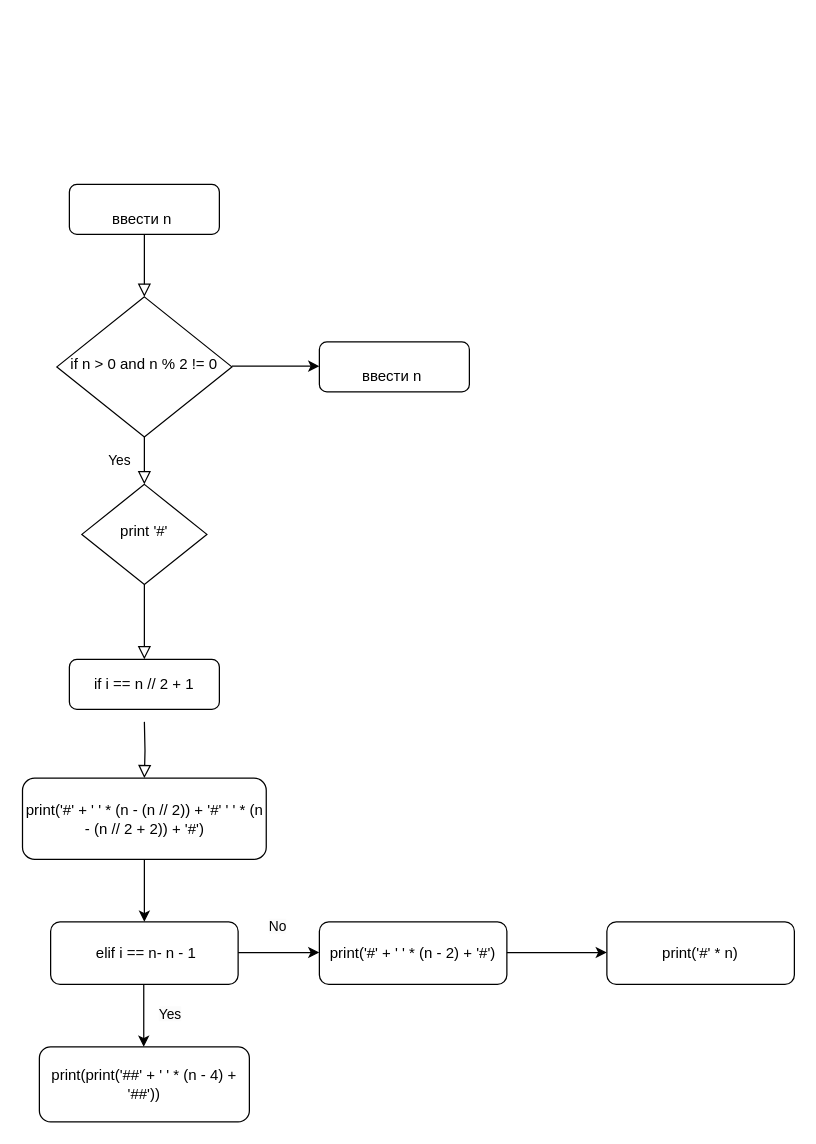
This is future code.drawio from 16savage/Kavtarev-Artem-Algoritm, a draw.io file, before an edit. Source tidied: cells renumbered, new cells numbered last; positions are measured from the earlier drawing's top-left corner, leaving out a move shared by most shapes. Both pictures are drawn from the tidied source at 125%, with x=0, y=0 at pixel (21, 184).
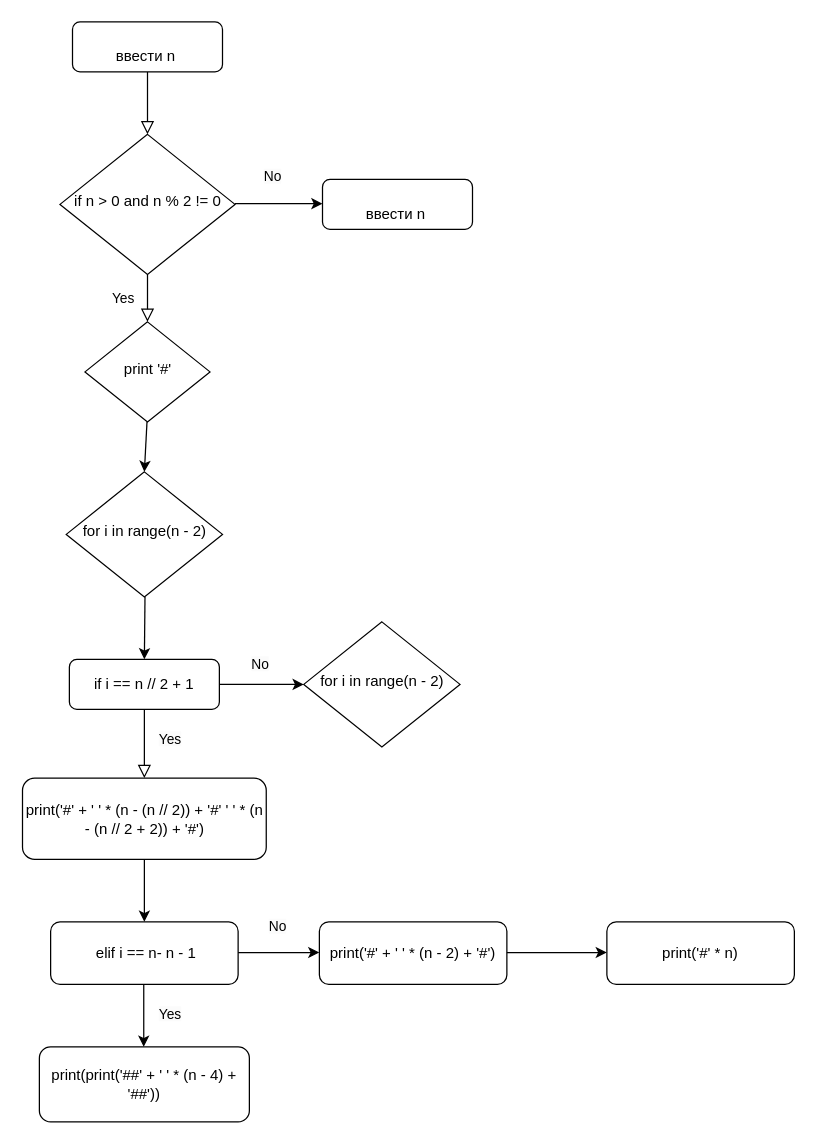
The same page after the edit.

The change refers to these unchanged cells:
```xml
<mxCell id="8" value="if i == n // 2 + 1" style="rounded=1;whiteSpace=wrap;html=1;fontSize=12;glass=0;strokeWidth=1;shadow=0;" parent="1" vertex="1">
  <mxGeometry x="38" y="380" width="120" height="40" as="geometry" />
</mxCell>
<mxCell id="10" value="print('#' + ' ' * (n - (n // 2)) + '#'&amp;nbsp;' ' * (n - (n // 2 + 2)) + '#')" style="rounded=1;whiteSpace=wrap;html=1;fontSize=12;glass=0;strokeWidth=1;shadow=0;" parent="1" vertex="1">
  <mxGeometry x="0.5" y="475" width="195" height="65" as="geometry" />
</mxCell>
```

Change to the diagram source:
```diff
@@
     <mxCell id="3" value="&lt;div&gt;&lt;br&gt;&lt;/div&gt;&lt;div&gt;ввести n&amp;nbsp;&lt;/div&gt;" style="rounded=1;whiteSpace=wrap;html=1;fontSize=12;glass=0;strokeWidth=1;shadow=0;" parent="1" vertex="1">
-      <mxGeometry x="38" width="120" height="40" as="geometry" />
+      <mxGeometry x="40.5" y="-130" width="120" height="40" as="geometry" />
     </mxCell>
@@
     <mxCell id="5" value="if n &amp;gt; 0 and n % 2 != 0" style="rhombus;whiteSpace=wrap;html=1;shadow=0;fontFamily=Helvetica;fontSize=12;align=center;strokeWidth=1;spacing=6;spacingTop=-4;" parent="1" vertex="1">
-      <mxGeometry x="28" y="90" width="140" height="112" as="geometry" />
+      <mxGeometry x="30.5" y="-40" width="140" height="112" as="geometry" />
     </mxCell>
-    <mxCell id="6" style="rounded=0;html=1;jettySize=auto;fontSize=11;endArrow=block;endFill=0;endSize=8;strokeWidth=1;shadow=0;labelBackgroundColor=none;edgeStyle=orthogonalEdgeStyle;" parent="1" edge="1" source="7" target="8">
-      <mxGeometry x="-0.14" y="90" relative="1" as="geometry" />
-    </mxCell>
     <mxCell id="7" value="print '#'" style="rhombus;whiteSpace=wrap;html=1;shadow=0;fontFamily=Helvetica;fontSize=12;align=center;strokeWidth=1;spacing=6;spacingTop=-4;" parent="1" vertex="1">
-      <mxGeometry x="48" y="240" width="100" height="80" as="geometry" />
+      <mxGeometry x="50.5" y="110" width="100" height="80" as="geometry" />
     </mxCell>
@@
-    <mxCell id="9" style="rounded=0;html=1;jettySize=auto;fontSize=11;endArrow=block;endFill=0;endSize=8;strokeWidth=1;shadow=0;labelBackgroundColor=none;edgeStyle=orthogonalEdgeStyle;" parent="1" edge="1" target="10">
-      <mxGeometry x="-0.14" y="90" relative="1" as="geometry">
-        <mxPoint x="98" y="430" as="sourcePoint" />
-      </mxGeometry>
+    <mxCell id="9" style="rounded=0;html=1;jettySize=auto;fontSize=11;endArrow=block;endFill=0;endSize=8;strokeWidth=1;shadow=0;labelBackgroundColor=none;edgeStyle=orthogonalEdgeStyle;exitX=0.5;exitY=1;exitDx=0;exitDy=0;" parent="1" edge="1" source="8" target="10">
+      <mxGeometry x="-0.14" y="90" relative="1" as="geometry" />
     </mxCell>
@@
     <mxCell id="11" style="endArrow=classic;html=1;rounded=0;" parent="1" edge="1">
       <mxGeometry relative="1" as="geometry">
-        <mxPoint x="168" y="145.4" as="sourcePoint" />
-        <mxPoint x="238" y="145.4" as="targetPoint" />
+        <mxPoint x="170.5" y="15.4" as="sourcePoint" />
+        <mxPoint x="240.5" y="15.4" as="targetPoint" />
       </mxGeometry>
     </mxCell>
     <mxCell id="12" value="&lt;div&gt;&lt;br&gt;&lt;/div&gt;&lt;div&gt;ввести n&amp;nbsp;&lt;/div&gt;" style="rounded=1;whiteSpace=wrap;html=1;fontSize=12;glass=0;strokeWidth=1;shadow=0;" parent="1" vertex="1">
-      <mxGeometry x="238" y="126" width="120" height="40" as="geometry" />
+      <mxGeometry x="240.5" y="-4" width="120" height="40" as="geometry" />
     </mxCell>
@@
     <mxCell id="17" value="&lt;span style=&quot;color: rgb(0, 0, 0); font-family: Helvetica; font-size: 11px; font-style: normal; font-variant-ligatures: normal; font-variant-caps: normal; font-weight: 400; letter-spacing: normal; orphans: 2; text-align: center; text-indent: 0px; text-transform: none; widows: 2; word-spacing: 0px; -webkit-text-stroke-width: 0px; white-space: nowrap; background-color: rgb(251, 251, 251); text-decoration-thickness: initial; text-decoration-style: initial; text-decoration-color: initial; display: inline !important; float: none;&quot;&gt;Yes&lt;/span&gt;" style="text;whiteSpace=wrap;html=1;" parent="1" vertex="1">
-      <mxGeometry x="108" y="650" width="10" height="40" as="geometry" />
+      <mxGeometry x="108" y="650" width="10" height="20" as="geometry" />
     </mxCell>
@@
     <mxCell id="20" value="&lt;span style=&quot;color: rgb(0, 0, 0); font-family: Helvetica; font-size: 11px; font-style: normal; font-variant-ligatures: normal; font-variant-caps: normal; font-weight: 400; letter-spacing: normal; orphans: 2; text-align: center; text-indent: 0px; text-transform: none; widows: 2; word-spacing: 0px; -webkit-text-stroke-width: 0px; white-space: nowrap; background-color: rgb(251, 251, 251); text-decoration-thickness: initial; text-decoration-style: initial; text-decoration-color: initial; display: inline !important; float: none;&quot;&gt;No&lt;/span&gt;" style="text;whiteSpace=wrap;html=1;" parent="1" vertex="1">
-      <mxGeometry x="195.5" y="580" width="10" height="40" as="geometry" />
+      <mxGeometry x="195.5" y="580" width="10" height="30" as="geometry" />
     </mxCell>
@@
+    <mxCell id="23" value="&lt;span style=&quot;color: rgb(0, 0, 0); font-family: Helvetica; font-size: 11px; font-style: normal; font-variant-ligatures: normal; font-variant-caps: normal; font-weight: 400; letter-spacing: normal; orphans: 2; text-align: center; text-indent: 0px; text-transform: none; widows: 2; word-spacing: 0px; -webkit-text-stroke-width: 0px; white-space: nowrap; background-color: rgb(251, 251, 251); text-decoration-thickness: initial; text-decoration-style: initial; text-decoration-color: initial; display: inline !important; float: none;&quot;&gt;Yes&lt;/span&gt;" style="text;whiteSpace=wrap;html=1;" parent="1" vertex="1">
+      <mxGeometry x="108" y="430" width="20" height="20" as="geometry" />
+    </mxCell>
+    <mxCell id="24" style="endArrow=classic;html=1;rounded=0;entryX=0.5;entryY=0;entryDx=0;entryDy=0;" parent="1" edge="1" target="25">
+      <mxGeometry relative="1" as="geometry">
+        <mxPoint x="100.1" y="190" as="sourcePoint" />
+      </mxGeometry>
+    </mxCell>
+    <mxCell id="25" value="for i in range(n - 2)" style="rhombus;whiteSpace=wrap;html=1;shadow=0;fontFamily=Helvetica;fontSize=12;align=center;strokeWidth=1;spacing=6;spacingTop=-4;" parent="1" vertex="1">
+      <mxGeometry x="35.5" y="230" width="125" height="100" as="geometry" />
+    </mxCell>
+    <mxCell id="26" style="endArrow=classic;html=1;rounded=0;entryX=0.5;entryY=0;entryDx=0;entryDy=0;" parent="1" edge="1" target="8">
+      <mxGeometry relative="1" as="geometry">
+        <mxPoint x="98.5" y="330" as="sourcePoint" />
+      </mxGeometry>
+    </mxCell>
+    <mxCell id="27" style="endArrow=classic;html=1;rounded=0;" parent="1" edge="1">
+      <mxGeometry relative="1" as="geometry">
+        <mxPoint x="158" y="400" as="sourcePoint" />
+        <mxPoint x="225.5" y="400" as="targetPoint" />
+      </mxGeometry>
+    </mxCell>
+    <mxCell id="28" value="for i in range(n - 2)" style="rhombus;whiteSpace=wrap;html=1;shadow=0;fontFamily=Helvetica;fontSize=12;align=center;strokeWidth=1;spacing=6;spacingTop=-4;" parent="1" vertex="1">
+      <mxGeometry x="225.5" y="350" width="125" height="100" as="geometry" />
+    </mxCell>
+    <mxCell id="29" value="&lt;span style=&quot;color: rgb(0, 0, 0); font-family: Helvetica; font-size: 11px; font-style: normal; font-variant-ligatures: normal; font-variant-caps: normal; font-weight: 400; letter-spacing: normal; orphans: 2; text-align: center; text-indent: 0px; text-transform: none; widows: 2; word-spacing: 0px; -webkit-text-stroke-width: 0px; white-space: nowrap; background-color: rgb(251, 251, 251); text-decoration-thickness: initial; text-decoration-style: initial; text-decoration-color: initial; display: inline !important; float: none;&quot;&gt;No&lt;/span&gt;" style="text;whiteSpace=wrap;html=1;" parent="1" vertex="1">
+      <mxGeometry x="182" y="370" width="10" height="30" as="geometry" />
+    </mxCell>
+    <mxCell id="30" value="&lt;span style=&quot;color: rgb(0, 0, 0); font-family: Helvetica; font-size: 11px; font-style: normal; font-variant-ligatures: normal; font-variant-caps: normal; font-weight: 400; letter-spacing: normal; orphans: 2; text-align: center; text-indent: 0px; text-transform: none; widows: 2; word-spacing: 0px; -webkit-text-stroke-width: 0px; white-space: nowrap; background-color: rgb(251, 251, 251); text-decoration-thickness: initial; text-decoration-style: initial; text-decoration-color: initial; display: inline !important; float: none;&quot;&gt;No&lt;/span&gt;" style="text;whiteSpace=wrap;html=1;" parent="1" vertex="1">
+      <mxGeometry x="192" y="-20" width="10" height="30" as="geometry" />
+    </mxCell>
```
